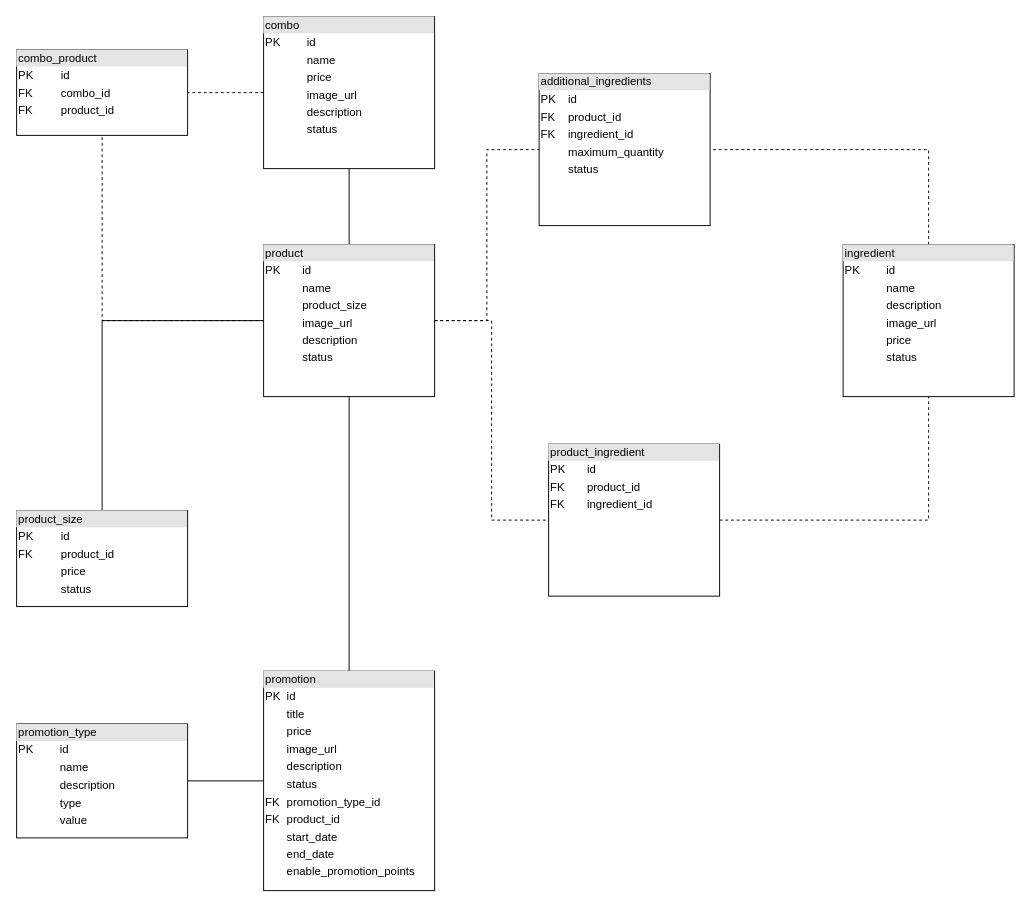
This is page "Products" (2 of 4) of docs/data-modeling/data_modeling.drawio from doda-s/nippon-ten, a draw.io file, before an edit. Source tidied: cells renumbered, new cells numbered last; positions are measured from the earlier drawing's top-left corner, leaving out a move shared by most shapes. Both pictures are drawn from the tidied source at 95%, with x=0, y=0 at pixel (-12, -50).
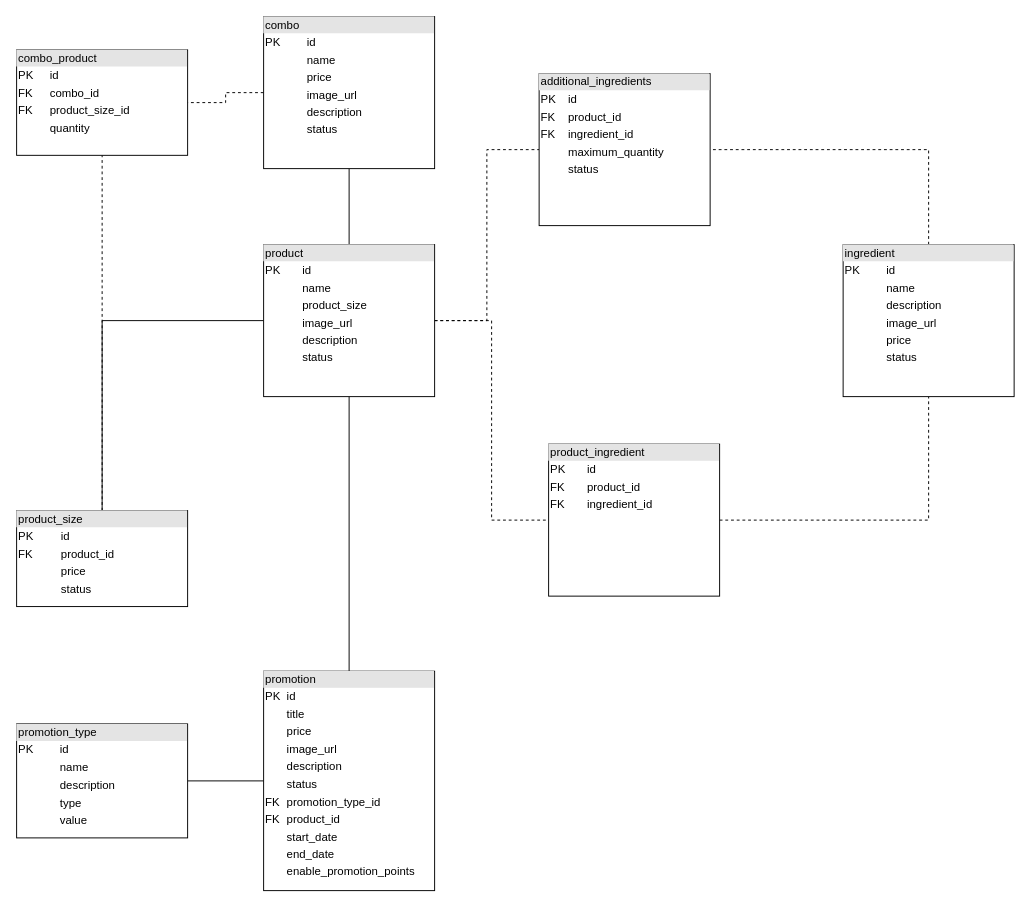
Above is the later version.

Commit message (it also covers changes not shown here):
docs: plan order flow, statuses and combo sizes

Unchanged cells that the change refers to:
```xml
<mxCell id="8" value="&lt;div style=&quot;box-sizing: border-box; width: 100%; background: rgb(228, 228, 228); padding: 2px;&quot;&gt;product&lt;/div&gt;&lt;table style=&quot;width:100%;font-size:1em;&quot; cellpadding=&quot;2&quot; cellspacing=&quot;0&quot;&gt;&lt;tbody&gt;&lt;tr&gt;&lt;td&gt;PK&lt;/td&gt;&lt;td&gt;id&lt;/td&gt;&lt;/tr&gt;&lt;tr&gt;&lt;td&gt;&lt;br&gt;&lt;/td&gt;&lt;td&gt;name&lt;/td&gt;&lt;/tr&gt;&lt;tr&gt;&lt;td&gt;&lt;/td&gt;&lt;td&gt;product_size&lt;/td&gt;&lt;/tr&gt;&lt;tr&gt;&lt;td&gt;&lt;br&gt;&lt;/td&gt;&lt;td&gt;image_url&lt;/td&gt;&lt;/tr&gt;&lt;tr&gt;&lt;td&gt;&lt;br&gt;&lt;/td&gt;&lt;td&gt;description&lt;/td&gt;&lt;/tr&gt;&lt;tr&gt;&lt;td&gt;&lt;br&gt;&lt;/td&gt;&lt;td&gt;status&lt;/td&gt;&lt;/tr&gt;&lt;/tbody&gt;&lt;/table&gt;" style="verticalAlign=top;align=left;overflow=fill;html=1;whiteSpace=wrap;" parent="1" vertex="1">
  <mxGeometry x="290" y="310" width="180" height="160" as="geometry" />
</mxCell>
<mxCell id="21" value="&lt;div style=&quot;box-sizing: border-box; width: 100%; background: rgb(228, 228, 228); padding: 2px;&quot;&gt;&lt;span class=&quot;HwtZe&quot; lang=&quot;en&quot;&gt;product_size&lt;/span&gt;&lt;/div&gt;&lt;table style=&quot;width:100%;font-size:1em;&quot; cellpadding=&quot;2&quot; cellspacing=&quot;0&quot;&gt;&lt;tbody&gt;&lt;tr&gt;&lt;td&gt;PK&lt;/td&gt;&lt;td&gt;id&lt;/td&gt;&lt;/tr&gt;&lt;tr&gt;&lt;td&gt;FK&lt;/td&gt;&lt;td&gt;product_id&lt;/td&gt;&lt;/tr&gt;&lt;tr&gt;&lt;td&gt;&lt;br&gt;&lt;/td&gt;&lt;td&gt;price&lt;/td&gt;&lt;/tr&gt;&lt;tr&gt;&lt;td&gt;&lt;br&gt;&lt;/td&gt;&lt;td&gt;status&lt;/td&gt;&lt;/tr&gt;&lt;/tbody&gt;&lt;/table&gt;" style="verticalAlign=top;align=left;overflow=fill;html=1;whiteSpace=wrap;" parent="1" vertex="1">
  <mxGeometry x="30" y="590" width="180" height="101" as="geometry" />
</mxCell>
```

Diff of the diagram source:
```diff
@@
-    <mxCell id="5" style="edgeStyle=orthogonalEdgeStyle;rounded=0;jettySize=auto;html=1;entryX=0.5;entryY=1;entryDx=0;entryDy=0;endArrow=none;endFill=0;dashed=1;" parent="1" edge="1" source="8" target="19">
+    <mxCell id="5" style="edgeStyle=orthogonalEdgeStyle;rounded=0;jettySize=auto;html=1;exitX=0.5;exitY=0;exitDx=0;exitDy=0;entryX=0.5;entryY=1;entryDx=0;entryDy=0;endArrow=none;endFill=0;dashed=1;" parent="1" edge="1" source="21" target="19">
       <mxGeometry relative="1" as="geometry" />
     </mxCell>
@@
-    <mxCell id="19" value="&lt;div style=&quot;box-sizing: border-box; width: 100%; background: rgb(228, 228, 228); padding: 2px;&quot;&gt;combo_product&lt;/div&gt;&lt;table style=&quot;width:100%;font-size:1em;&quot; cellpadding=&quot;2&quot; cellspacing=&quot;0&quot;&gt;&lt;tbody&gt;&lt;tr&gt;&lt;td&gt;PK&lt;/td&gt;&lt;td&gt;id&lt;/td&gt;&lt;/tr&gt;&lt;tr&gt;&lt;td&gt;FK&lt;/td&gt;&lt;td&gt;combo_id&lt;/td&gt;&lt;/tr&gt;&lt;tr&gt;&lt;td&gt;FK&lt;/td&gt;&lt;td&gt;product_id&lt;/td&gt;&lt;/tr&gt;&lt;/tbody&gt;&lt;/table&gt;" style="verticalAlign=top;align=left;overflow=fill;html=1;whiteSpace=wrap;" parent="1" vertex="1">
-      <mxGeometry x="30" y="105" width="180" height="90" as="geometry" />
+    <mxCell id="19" value="&lt;div style=&quot;box-sizing: border-box; width: 100%; background: rgb(228, 228, 228); padding: 2px;&quot;&gt;combo_product&lt;/div&gt;&lt;table style=&quot;width:100%;font-size:1em;&quot; cellpadding=&quot;2&quot; cellspacing=&quot;0&quot;&gt;&lt;tbody&gt;&lt;tr&gt;&lt;td&gt;PK&lt;/td&gt;&lt;td&gt;id&lt;/td&gt;&lt;/tr&gt;&lt;tr&gt;&lt;td&gt;FK&lt;/td&gt;&lt;td&gt;combo_id&lt;/td&gt;&lt;/tr&gt;&lt;tr&gt;&lt;td&gt;FK&lt;/td&gt;&lt;td&gt;product_size_id&lt;/td&gt;&lt;/tr&gt;&lt;tr&gt;&lt;td&gt;&lt;/td&gt;&lt;td&gt;quantity&lt;/td&gt;&lt;/tr&gt;&lt;/tbody&gt;&lt;/table&gt;" style="verticalAlign=top;align=left;overflow=fill;html=1;whiteSpace=wrap;" parent="1" vertex="1">
+      <mxGeometry x="30" y="105" width="180" height="111" as="geometry" />
     </mxCell>
```
